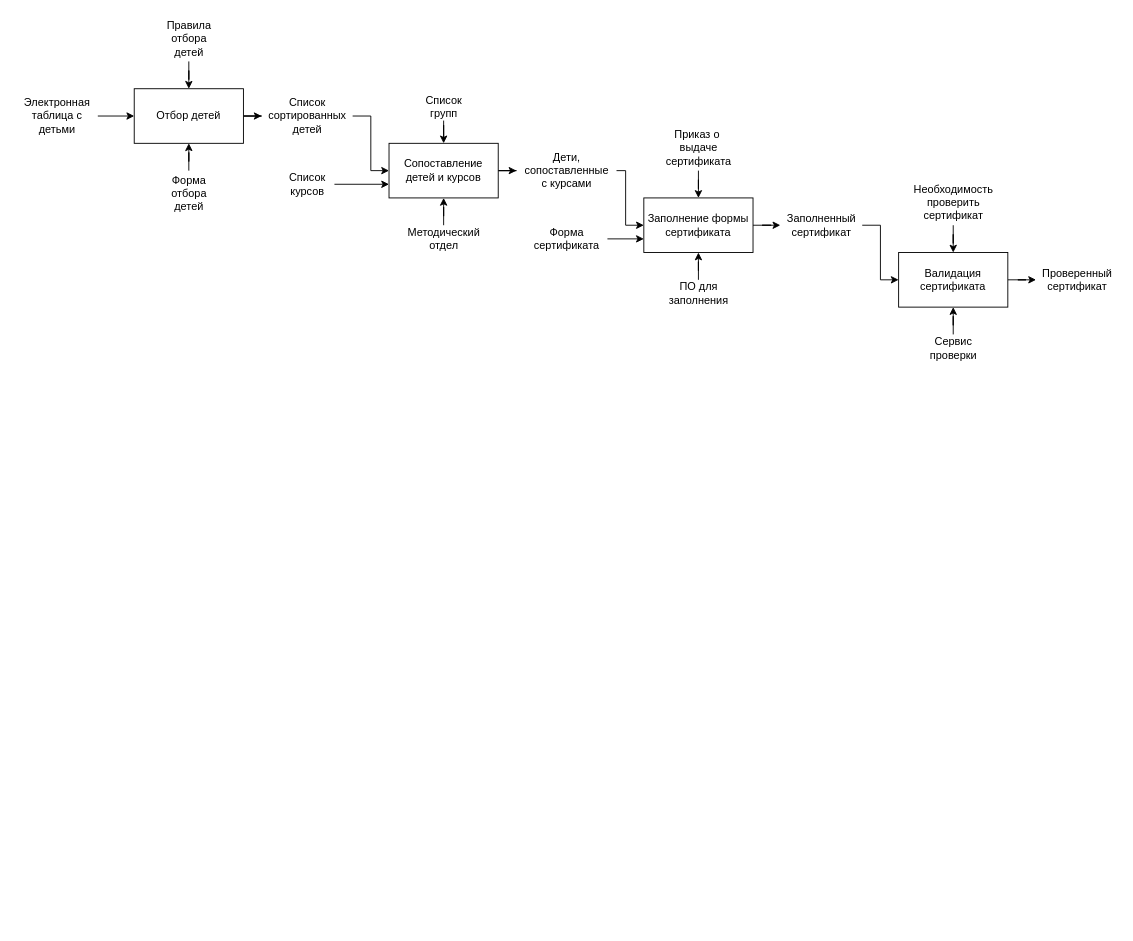
The draw.io diagram idefx.drawio in Dasha-Kurushina/subd_kvant, before the edit. Source tidied: cells renumbered, new cells numbered last; positions are measured from the earlier drawing's top-left corner, leaving out a move shared by most shapes. Both pictures are drawn from the tidied source at 91%, with x=0, y=0 at pixel (15, 15).
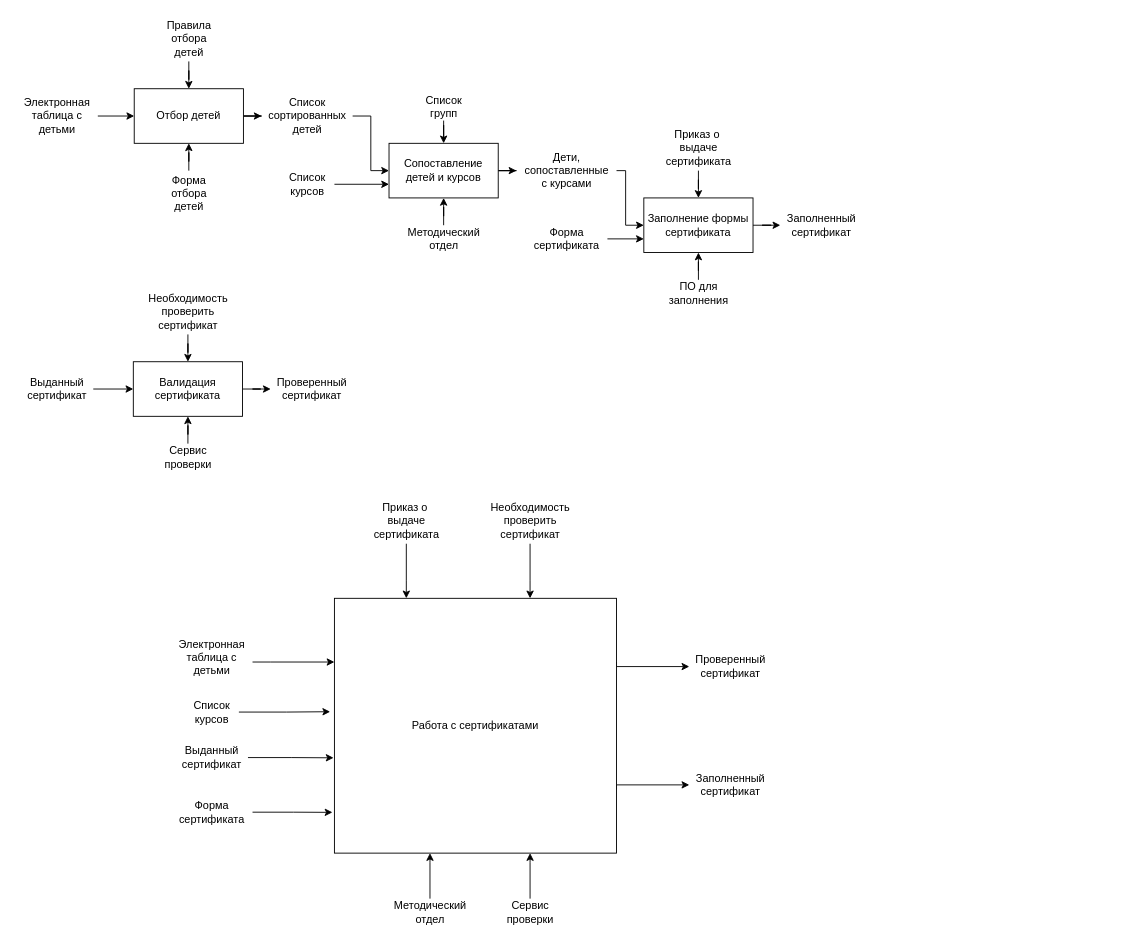
After the change.

The change refers to these unchanged cells:
```xml
<mxCell id="31" value="Заполненный&lt;br&gt;сертификат" style="text;html=1;align=center;verticalAlign=middle;points=[];" parent="1" vertex="1">
  <mxGeometry x="840" y="215" width="90" height="30" as="geometry" />
</mxCell>
```

What changed in the source:
```diff
@@
-    <mxCell id="30" style="edgeStyle=orthogonalEdgeStyle;rounded=0;jettySize=auto;html=1;entryX=0;entryY=0.5;entryDx=0;entryDy=0;" parent="1" edge="1" source="31" target="33">
-      <mxGeometry relative="1" as="geometry">
-        <Array as="points">
-          <mxPoint x="950" y="230" />
-          <mxPoint x="950" y="290" />
-        </Array>
-      </mxGeometry>
-    </mxCell>
@@
     <mxCell id="33" value="Валидация сертификата" style="rounded=0;whiteSpace=wrap;html=1;" parent="1" vertex="1">
-      <mxGeometry x="970" y="260" width="120" height="60" as="geometry" />
+      <mxGeometry x="129" y="380" width="120" height="60" as="geometry" />
     </mxCell>
@@
     <mxCell id="35" value="Сервис&lt;br&gt;проверки" style="text;html=1;align=center;verticalAlign=middle;points=[];" parent="1" vertex="1">
-      <mxGeometry x="995" y="350" width="70" height="30" as="geometry" />
+      <mxGeometry x="154" y="470" width="70" height="30" as="geometry" />
     </mxCell>
@@
     <mxCell id="37" value="Необходимость&lt;br&gt;проверить&lt;br&gt;сертификат" style="text;html=1;align=center;verticalAlign=middle;points=[];" parent="1" vertex="1">
-      <mxGeometry x="980" y="180" width="100" height="50" as="geometry" />
+      <mxGeometry x="139" y="300" width="100" height="50" as="geometry" />
     </mxCell>
     <mxCell id="38" value="Проверенный&lt;br&gt;сертификат" style="text;html=1;align=center;verticalAlign=middle;points=[];" parent="1" vertex="1">
-      <mxGeometry x="1121" y="275" width="90" height="30" as="geometry" />
+      <mxGeometry x="280" y="395" width="90" height="30" as="geometry" />
     </mxCell>
+    <mxCell id="39" style="edgeStyle=orthogonalEdgeStyle;rounded=0;jettySize=auto;html=1;exitX=1;exitY=0.25;exitDx=0;exitDy=0;" parent="1" edge="1" source="41" target="53">
+      <mxGeometry relative="1" as="geometry">
+        <Array as="points">
+          <mxPoint x="660" y="715" />
+        </Array>
+      </mxGeometry>
+    </mxCell>
+    <mxCell id="40" style="edgeStyle=orthogonalEdgeStyle;rounded=0;jettySize=auto;html=1;exitX=1;exitY=0.75;exitDx=0;exitDy=0;" parent="1" edge="1" source="41" target="52">
+      <mxGeometry relative="1" as="geometry">
+        <Array as="points">
+          <mxPoint x="660" y="845" />
+        </Array>
+      </mxGeometry>
+    </mxCell>
+    <mxCell id="41" value="Работа с сертификатами" style="rounded=0;whiteSpace=wrap;html=1;" parent="1" vertex="1">
+      <mxGeometry x="350" y="640" width="310" height="280" as="geometry" />
+    </mxCell>
+    <mxCell id="42" style="edgeStyle=orthogonalEdgeStyle;rounded=0;jettySize=auto;html=1;" parent="1" edge="1" source="43" target="33">
+      <mxGeometry relative="1" as="geometry" />
+    </mxCell>
+    <mxCell id="43" value="Выданный&lt;br&gt;сертификат" style="text;html=1;align=center;verticalAlign=middle;points=[];" parent="1" vertex="1">
+      <mxGeometry x="5" y="395" width="80" height="30" as="geometry" />
+    </mxCell>
+    <mxCell id="44" style="edgeStyle=orthogonalEdgeStyle;rounded=0;jettySize=auto;html=1;entryX=0;entryY=0.25;entryDx=0;entryDy=0;" parent="1" edge="1" source="45" target="41">
+      <mxGeometry relative="1" as="geometry">
+        <Array as="points">
+          <mxPoint x="280" y="710" />
+          <mxPoint x="280" y="710" />
+        </Array>
+      </mxGeometry>
+    </mxCell>
+    <mxCell id="45" value="Электронная&lt;br&gt;таблица с&lt;br&gt;детьми" style="text;html=1;align=center;verticalAlign=middle;points=[];" parent="1" vertex="1">
+      <mxGeometry x="170" y="680" width="90" height="50" as="geometry" />
+    </mxCell>
+    <mxCell id="46" style="edgeStyle=orthogonalEdgeStyle;rounded=0;jettySize=auto;html=1;entryX=-0.015;entryY=0.445;entryDx=0;entryDy=0;entryPerimeter=0;" parent="1" edge="1" source="47" target="41">
+      <mxGeometry relative="1" as="geometry" />
+    </mxCell>
+    <mxCell id="47" value="Список&lt;br&gt;курсов" style="text;html=1;align=center;verticalAlign=middle;points=[];" parent="1" vertex="1">
+      <mxGeometry x="185" y="750" width="60" height="30" as="geometry" />
+    </mxCell>
+    <mxCell id="48" style="edgeStyle=orthogonalEdgeStyle;rounded=0;jettySize=auto;html=1;entryX=-0.007;entryY=0.84;entryDx=0;entryDy=0;entryPerimeter=0;" parent="1" edge="1" source="49" target="41">
+      <mxGeometry relative="1" as="geometry" />
+    </mxCell>
+    <mxCell id="49" value="Форма&lt;br&gt;сертификата" style="text;html=1;align=center;verticalAlign=middle;points=[];" parent="1" vertex="1">
+      <mxGeometry x="170" y="860" width="90" height="30" as="geometry" />
+    </mxCell>
+    <mxCell id="50" style="edgeStyle=orthogonalEdgeStyle;rounded=0;jettySize=auto;html=1;entryX=-0.003;entryY=0.626;entryDx=0;entryDy=0;entryPerimeter=0;" parent="1" edge="1" source="51" target="41">
+      <mxGeometry relative="1" as="geometry" />
+    </mxCell>
+    <mxCell id="51" value="Выданный&lt;br&gt;сертификат" style="text;html=1;align=center;verticalAlign=middle;points=[];" parent="1" vertex="1">
+      <mxGeometry x="175" y="800" width="80" height="30" as="geometry" />
+    </mxCell>
+    <mxCell id="52" value="Заполненный&lt;br&gt;сертификат" style="text;html=1;align=center;verticalAlign=middle;points=[];" parent="1" vertex="1">
+      <mxGeometry x="740" y="830" width="90" height="30" as="geometry" />
+    </mxCell>
+    <mxCell id="53" value="Проверенный&lt;br&gt;сертификат" style="text;html=1;align=center;verticalAlign=middle;points=[];" parent="1" vertex="1">
+      <mxGeometry x="740" y="700" width="90" height="30" as="geometry" />
+    </mxCell>
+    <mxCell id="54" style="edgeStyle=orthogonalEdgeStyle;rounded=0;jettySize=auto;html=1;" parent="1" edge="1" source="55" target="41">
+      <mxGeometry relative="1" as="geometry">
+        <Array as="points">
+          <mxPoint x="429" y="620" />
+          <mxPoint x="429" y="620" />
+        </Array>
+      </mxGeometry>
+    </mxCell>
+    <mxCell id="55" value="Приказ о&amp;nbsp;&lt;br&gt;выдаче&lt;br&gt;сертификата" style="text;html=1;align=center;verticalAlign=middle;points=[];" parent="1" vertex="1">
+      <mxGeometry x="384" y="530" width="90" height="50" as="geometry" />
+    </mxCell>
+    <mxCell id="56" style="edgeStyle=orthogonalEdgeStyle;rounded=0;jettySize=auto;html=1;" parent="1" edge="1" source="57" target="41">
+      <mxGeometry relative="1" as="geometry">
+        <Array as="points">
+          <mxPoint x="565" y="620" />
+          <mxPoint x="565" y="620" />
+        </Array>
+      </mxGeometry>
+    </mxCell>
+    <mxCell id="57" value="Необходимость&lt;br&gt;проверить&lt;br&gt;сертификат" style="text;html=1;align=center;verticalAlign=middle;points=[];" parent="1" vertex="1">
+      <mxGeometry x="515" y="530" width="100" height="50" as="geometry" />
+    </mxCell>
+    <mxCell id="58" style="edgeStyle=orthogonalEdgeStyle;rounded=0;jettySize=auto;html=1;" parent="1" edge="1" source="59" target="41">
+      <mxGeometry relative="1" as="geometry">
+        <Array as="points">
+          <mxPoint x="455" y="930" />
+          <mxPoint x="455" y="930" />
+        </Array>
+      </mxGeometry>
+    </mxCell>
+    <mxCell id="59" value="Методический&lt;br&gt;отдел" style="text;html=1;align=center;verticalAlign=middle;points=[];" parent="1" vertex="1">
+      <mxGeometry x="410" y="970" width="90" height="30" as="geometry" />
+    </mxCell>
+    <mxCell id="60" style="edgeStyle=orthogonalEdgeStyle;rounded=0;jettySize=auto;html=1;" parent="1" edge="1" source="61" target="41">
+      <mxGeometry relative="1" as="geometry">
+        <Array as="points">
+          <mxPoint x="565" y="930" />
+          <mxPoint x="565" y="930" />
+        </Array>
+      </mxGeometry>
+    </mxCell>
+    <mxCell id="61" value="Сервис&lt;br&gt;проверки" style="text;html=1;align=center;verticalAlign=middle;points=[];" parent="1" vertex="1">
+      <mxGeometry x="530" y="970" width="70" height="30" as="geometry" />
+    </mxCell>
```
